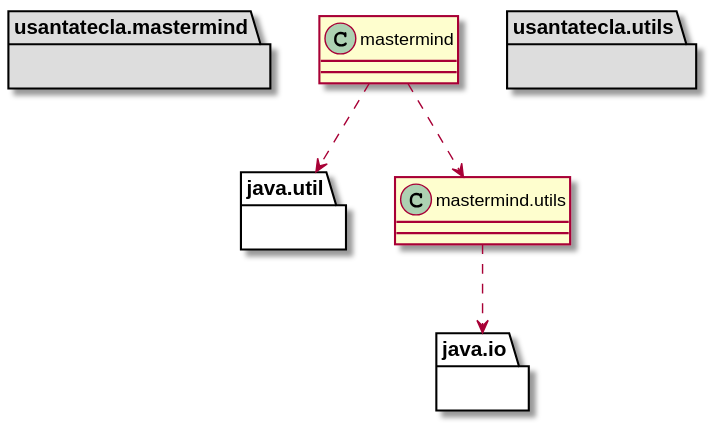
Before: docs/build/docs/asciidoc/images/version1Arquitectura.svg, a diagram exported from PlantUML (EscuelaIt/USantaTecla-game-mastermind-java).
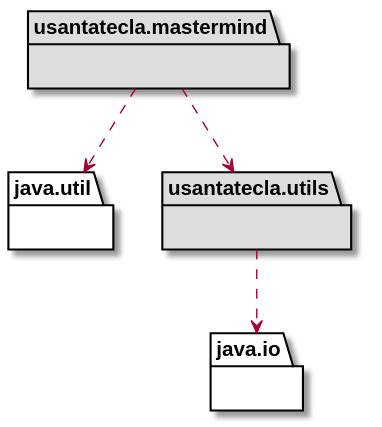
The same file after the commit.

What changed in the source:
```diff
@@ -2,11 +2,11 @@
 
 package usantatecla.mastermind #DDDDDD { }
 package java.util{ }
-mastermind .down.> java.util
-mastermind .down.> mastermind.utils
-
 package usantatecla.utils #DDDDDD { }
 package java.io{ }
-mastermind.utils .down.> java.io
+
+usantatecla.mastermind .down.> java.util
+usantatecla.mastermind .down.> usantatecla.utils
+usantatecla.utils .down.> java.io
 
 @enduml
```
